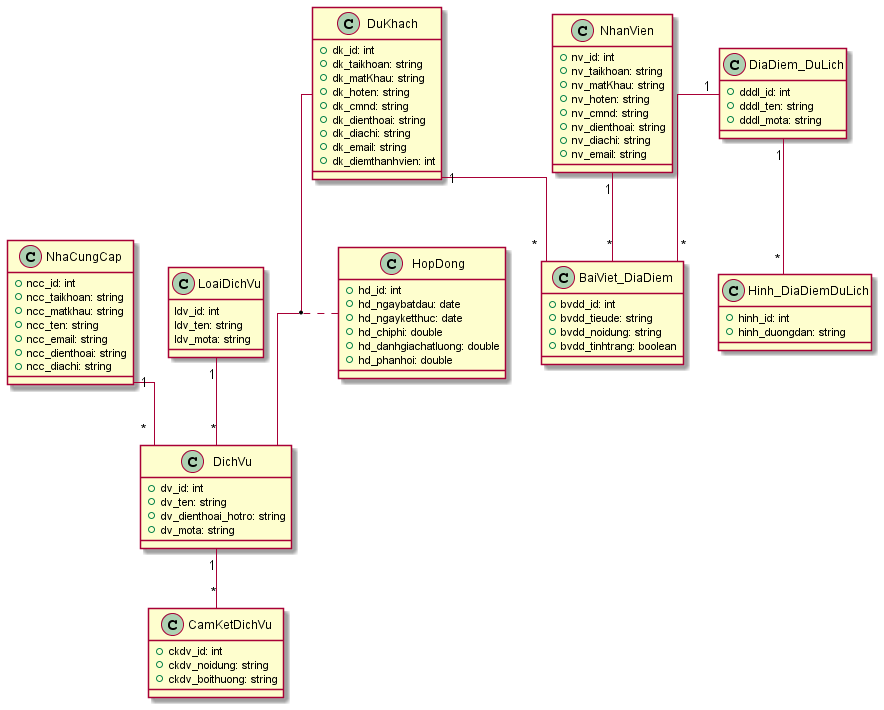
Earlier version of the PlantUML export out/PlanUML/Class (1)/SoDoclass.png (TranTan-Dat/LV_DuLichDienTu). Source of this version:
```plantuml
@startuml SoDoclass
 skinparam linetype ortho



class NhaCungCap{
  + ncc_id: int
  + ncc_taikhoan: string
  + ncc_matkhau: string
  + ncc_ten: string
  + ncc_email: string
  + ncc_dienthoai: string
  + ncc_diachi: string
}

class DiaDiem_DuLich{
  + dddl_id: int
  + dddl_ten: string
  + dddl_mota: string
}

class BaiViet_DiaDiem{
  + bvdd_id: int
  + bvdd_tieude: string
  + bvdd_noidung: string
  + bvdd_tinhtrang: boolean
}

class DuKhach{
  + dk_id: int
  + dk_taikhoan: string
  + dk_matKhau: string
  + dk_hoten: string
  + dk_cmnd: string
  + dk_dienthoai: string
  + dk_diachi: string
  + dk_email: string
  + dk_diemthanhvien: int
}

class LoaiDichVu{
  ldv_id: int
  ldv_ten: string
  ldv_mota: string
}

class DichVu{
  + dv_id: int
  + dv_ten: string
  + dv_dienthoai_hotro: string
  + dv_mota: string
}

class CamKetDichVu{
  + ckdv_id: int
  + ckdv_noidung: string
  + ckdv_boithuong: string
}

class HopDong{
  + hd_id: int
  + hd_ngaybatdau: date
  + hd_ngayketthuc: date
  + hd_chiphi: double
  + hd_danhgiachatluong: double
  + hd_phanhoi: double
}

class NhanVien{
  + nv_id: int
  + nv_taikhoan: string
  + nv_matKhau: string
  + nv_hoten: string
  + nv_cmnd: string
  + nv_dienthoai: string
  + nv_diachi: string
  + nv_email: string
}

class Hinh_DiaDiemDuLich{
  + hinh_id: int
  + hinh_duongdan: string
}

NhaCungCap "1" -- "*" DichVu
LoaiDichVu "1" -- "*" DichVu
DuKhach "1" -- "*" BaiViet_DiaDiem
DiaDiem_DuLich "1" -- "*" BaiViet_DiaDiem
NhanVien "1" -- "*" BaiViet_DiaDiem
(DuKhach, DichVu) .. HopDong
DiaDiem_DuLich "1" -- "*" Hinh_DiaDiemDuLich
DichVu "1" -- "*" CamKetDichVu


@enduml
```
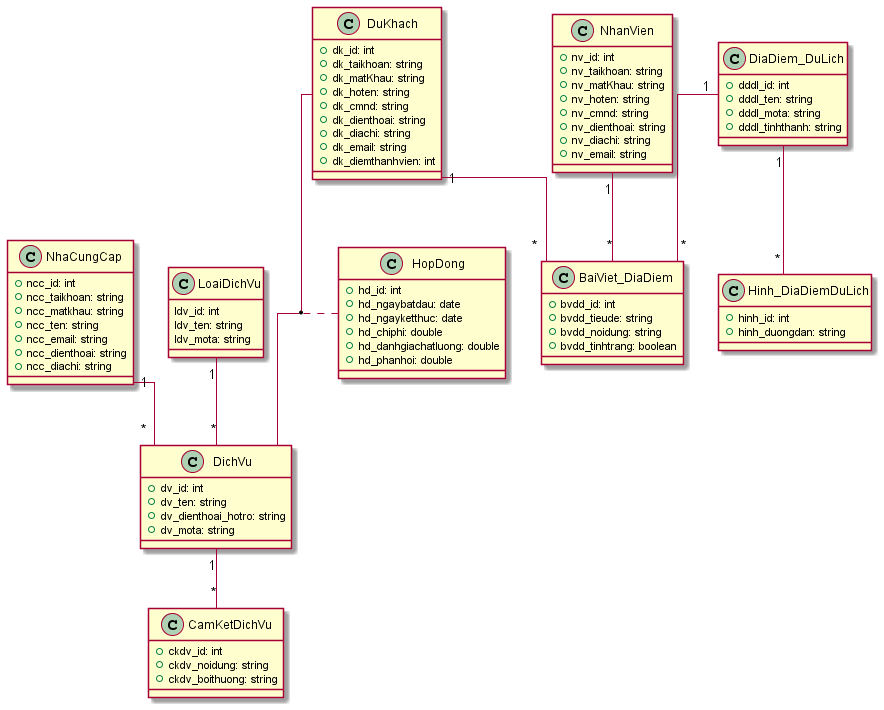
The same file after the commit.

Change to the diagram source:
```diff
@@ -17,7 +17,9 @@
   + dddl_id: int
   + dddl_ten: string
   + dddl_mota: string
+  + dddl_tinhthanh: string
 }
+
 
 class BaiViet_DiaDiem{
   + bvdd_id: int
```
